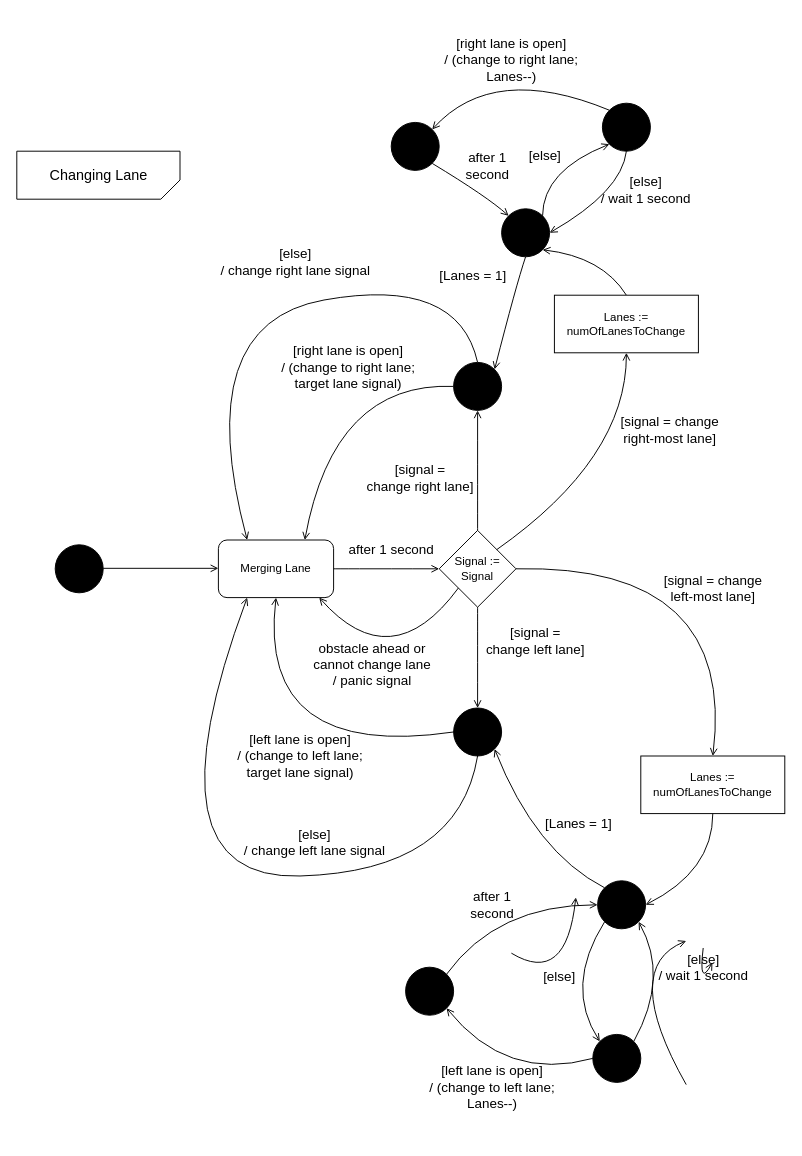
gordonpn/soen331-assignment2 keeps this draw.io diagram as page "changing lane" (5 of 5) of state-diagram.drawio. Above is the earlier version. Source tidied: cells renumbered, new cells numbered last; positions are measured from the earlier drawing's top-left corner, leaving out a move shared by most shapes. Both pictures are drawn from the tidied source at 96%, with x=0, y=0 at pixel (16, 36).
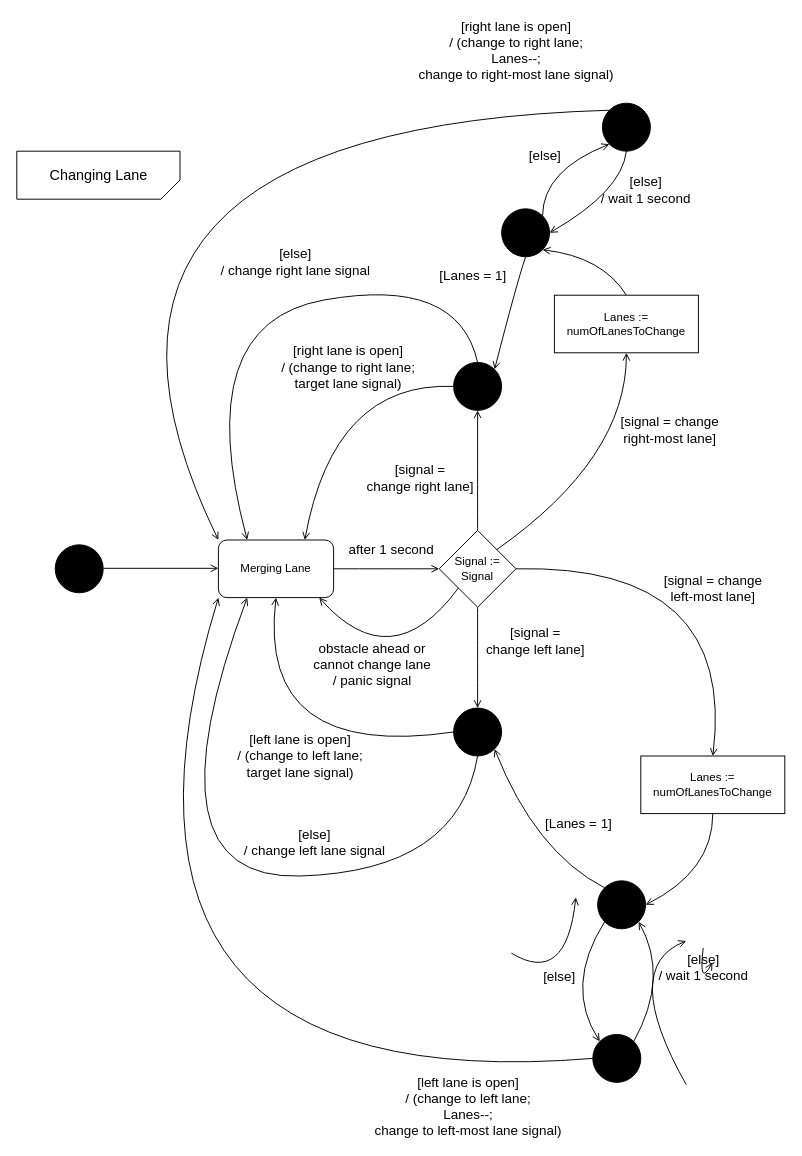
After the change.

Commit message (it also covers changes not shown here):
- fixed flow in changing lane sub state - added some transitions in prolog

Unchanged cells that the change refers to:
```xml
<mxCell id="6" value="Merging Lane" style="rounded=1;whiteSpace=wrap;html=1;shadow=0;strokeColor=#000000;fillColor=#FFFFFF;align=center;" parent="1" vertex="1">
  <mxGeometry x="210" y="525" width="120" height="60" as="geometry" />
</mxCell>
<mxCell id="33" style="ellipse;whiteSpace=wrap;html=1;align=center;fillColor=#000000;" parent="1" vertex="1">
  <mxGeometry x="610" y="70" width="50" height="50" as="geometry" />
</mxCell>
<mxCell id="38" style="ellipse;whiteSpace=wrap;html=1;align=center;fillColor=#000000;" parent="1" vertex="1">
  <mxGeometry x="505" y="180" width="50" height="50" as="geometry" />
</mxCell>
<mxCell id="50" style="ellipse;whiteSpace=wrap;html=1;align=center;fillColor=#000000;" parent="1" vertex="1">
  <mxGeometry x="605" y="880" width="50" height="50" as="geometry" />
</mxCell>
<mxCell id="53" style="ellipse;whiteSpace=wrap;html=1;align=center;fillColor=#000000;" parent="1" vertex="1">
  <mxGeometry x="600" y="1040" width="50" height="50" as="geometry" />
</mxCell>
```

The edit, as a diff of the source:
```diff
@@
-    <mxCell id="35" style="curved=1;endArrow=open;html=1;endFill=0;exitX=0;exitY=0;exitDx=0;exitDy=0;entryX=1;entryY=0;entryDx=0;entryDy=0;" parent="1" edge="1" source="33" target="36">
-      <mxGeometry relative="1" as="geometry">
-        <Array as="points">
-          <mxPoint x="496.2" y="27.3" />
-        </Array>
-      </mxGeometry>
-    </mxCell>
-    <mxCell id="36" style="ellipse;whiteSpace=wrap;html=1;align=center;fillColor=#000000;" parent="1" vertex="1">
-      <mxGeometry x="390" y="90" width="50" height="50" as="geometry" />
-    </mxCell>
-    <mxCell id="37" value="&lt;span style=&quot;font-size: 14px&quot;&gt;[right lane is open]&lt;br&gt;/ (change to right lane;&lt;br&gt;Lanes--)&lt;br&gt;&lt;/span&gt;" style="text;html=1;align=center;verticalAlign=middle;" parent="1" vertex="1">
-      <mxGeometry x="440" width="150" height="50" as="geometry" />
+    <mxCell id="37" value="&lt;span style=&quot;font-size: 14px&quot;&gt;[right lane is open]&lt;br&gt;/ (change to right lane;&lt;br&gt;Lanes--;&lt;br&gt;change to right-most lane signal)&lt;br&gt;&lt;/span&gt;" style="text;html=1;align=center;verticalAlign=middle;" parent="1" vertex="1">
+      <mxGeometry x="410" y="-20" width="220" height="70" as="geometry" />
     </mxCell>
@@
-    <mxCell id="40" value="&lt;span style=&quot;font-size: 14px&quot;&gt;after 1&lt;br&gt;second&lt;br&gt;&lt;/span&gt;" style="text;html=1;align=center;verticalAlign=middle;" parent="1" vertex="1">
-      <mxGeometry x="460" y="115" width="60" height="40" as="geometry" />
-    </mxCell>
-    <mxCell id="41" style="curved=1;endArrow=open;html=1;endFill=0;entryX=0;entryY=0;entryDx=0;entryDy=0;exitX=1;exitY=1;exitDx=0;exitDy=0;" parent="1" edge="1" source="36" target="38">
+    <mxCell id="41" style="curved=1;endArrow=open;html=1;endFill=0;entryX=0;entryY=0;entryDx=0;entryDy=0;exitX=0;exitY=0;exitDx=0;exitDy=0;" parent="1" edge="1" source="33" target="6">
       <mxGeometry relative="1" as="geometry">
         <Array as="points">
-          <mxPoint x="490" y="167.3" />
+          <mxPoint y="95" />
         </Array>
       </mxGeometry>
     </mxCell>
@@
-    <mxCell id="58" style="ellipse;whiteSpace=wrap;html=1;align=center;fillColor=#000000;" parent="1" vertex="1">
-      <mxGeometry x="405" y="970" width="50" height="50" as="geometry" />
-    </mxCell>
-    <mxCell id="59" style="curved=1;endArrow=open;html=1;endFill=0;entryX=0;entryY=0.5;entryDx=0;entryDy=0;exitX=1;exitY=0;exitDx=0;exitDy=0;" parent="1" edge="1" source="58" target="50">
+    <mxCell id="59" style="curved=1;endArrow=open;html=1;endFill=0;entryX=0;entryY=1;entryDx=0;entryDy=0;exitX=0;exitY=0.5;exitDx=0;exitDy=0;" parent="1" edge="1" source="53" target="6">
       <mxGeometry relative="1" as="geometry">
         <Array as="points">
-          <mxPoint x="500" y="905" />
+          <mxPoint x="50" y="1110" />
         </Array>
       </mxGeometry>
     </mxCell>
-    <mxCell id="60" value="&lt;span style=&quot;font-size: 14px&quot;&gt;after 1&lt;br&gt;second&lt;br&gt;&lt;/span&gt;" style="text;html=1;align=center;verticalAlign=middle;" parent="1" vertex="1">
-      <mxGeometry x="465" y="885" width="60" height="40" as="geometry" />
-    </mxCell>
-    <mxCell id="61" style="curved=1;endArrow=open;html=1;endFill=0;exitX=0;exitY=0.5;exitDx=0;exitDy=0;entryX=1;entryY=1;entryDx=0;entryDy=0;" parent="1" edge="1" source="53" target="58">
-      <mxGeometry relative="1" as="geometry">
-        <Array as="points">
-          <mxPoint x="510" y="1090" />
-        </Array>
-      </mxGeometry>
-    </mxCell>
-    <mxCell id="62" value="&lt;span style=&quot;font-size: 14px&quot;&gt;[left lane is open]&lt;br&gt;/ (change to left lane;&lt;br&gt;Lanes--)&lt;br&gt;&lt;/span&gt;" style="text;html=1;align=center;verticalAlign=middle;" parent="1" vertex="1">
-      <mxGeometry x="420" y="1070" width="150" height="50" as="geometry" />
+    <mxCell id="62" value="&lt;span style=&quot;font-size: 14px&quot;&gt;[left lane is open]&lt;br&gt;/ (change to left lane;&lt;br&gt;Lanes--;&lt;br&gt;change to left-most lane signal)&lt;br&gt;&lt;/span&gt;" style="text;html=1;align=center;verticalAlign=middle;" parent="1" vertex="1">
+      <mxGeometry x="365" y="1080" width="210" height="70" as="geometry" />
     </mxCell>
```
